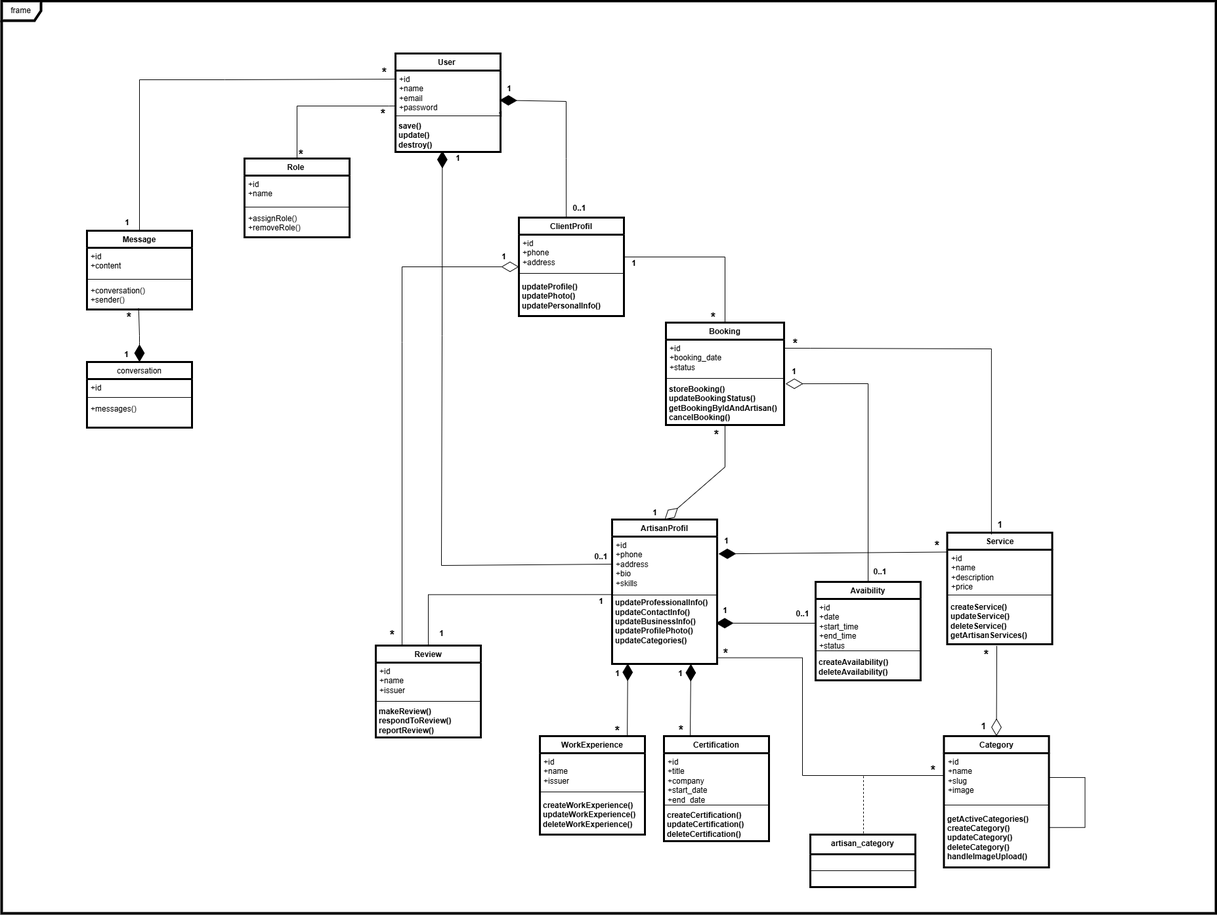
This is Documentation/Conception/Diagrammes UML/diagrammeClass.drawio.png from mohamedm999/TheMyArtisan, a draw.io export, as it was before one commit. Source tidied: cells renumbered, new cells last; positions are measured from the earlier drawing's top-left corner, leaving out a move shared by most shapes.
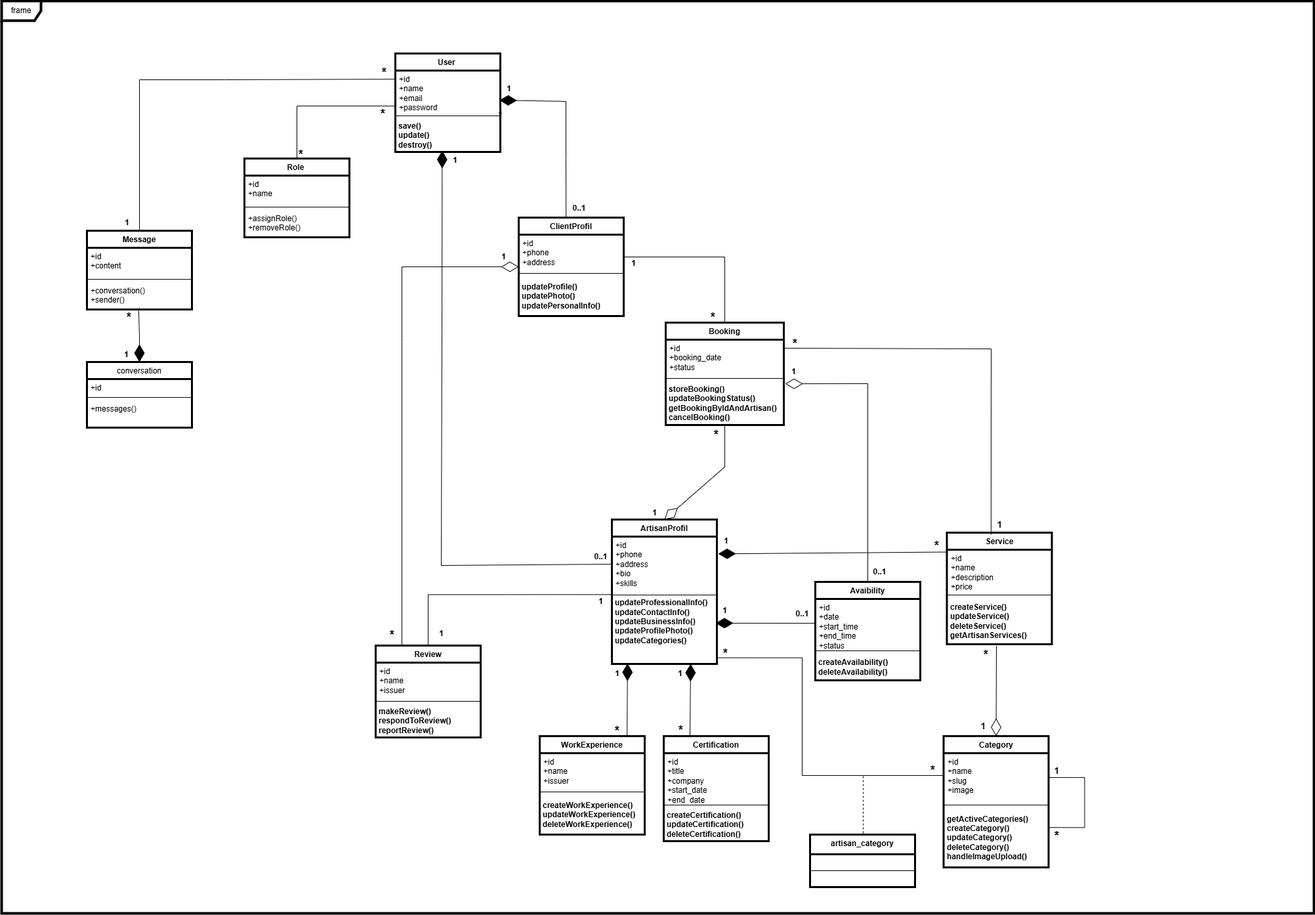
The same diagram one commit later.

Change to the diagram source:
```diff
@@ -3,7 +3,7 @@
     <mxCell id="0" />
     <mxCell id="1" parent="0" />
     <mxCell id="2" value="frame" style="shape=umlFrame;whiteSpace=wrap;html=1;strokeWidth=4;" parent="1" vertex="1">
-      <mxGeometry width="1850" height="1390" as="geometry" />
+      <mxGeometry width="2000" height="1390" as="geometry" />
     </mxCell>
     <mxCell id="3" value="User&amp;nbsp;" style="swimlane;fontStyle=1;align=center;verticalAlign=top;horizontal=1;startSize=26;whiteSpace=wrap;html=1;strokeWidth=3;" parent="1" vertex="1">
       <mxGeometry x="600" y="80" width="160" height="150" as="geometry" />
@@ -392,10 +392,16 @@
       </mxGeometry>
     </mxCell>
     <mxCell id="109" value="1" style="text;align=center;fontStyle=1;verticalAlign=middle;spacingLeft=3;spacingRight=3;strokeColor=none;html=1;" parent="1" vertex="1">
-      <mxGeometry x="670" y="230" width="50" height="20" as="geometry" />
+      <mxGeometry x="666" y="233" width="50" height="20" as="geometry" />
     </mxCell>
     <mxCell id="110" value="0..1" style="text;align=center;fontStyle=1;verticalAlign=middle;spacingLeft=3;spacingRight=3;strokeColor=none;html=1;" parent="1" vertex="1">
       <mxGeometry x="873" y="834" width="80" height="26" as="geometry" />
     </mxCell>
+    <mxCell id="111" value="1" style="text;align=center;fontStyle=1;verticalAlign=middle;spacingLeft=3;spacingRight=3;strokeColor=none;html=1;fontSize=14;" parent="1" vertex="1">
+      <mxGeometry x="1595.5" y="1165.5" width="25" height="15" as="geometry" />
+    </mxCell>
+    <mxCell id="112" value="*" style="text;align=center;fontStyle=1;verticalAlign=middle;spacingLeft=3;spacingRight=3;strokeColor=none;html=1;fontSize=19;" parent="1" vertex="1">
+      <mxGeometry x="1591" y="1260" width="34" height="26" as="geometry" />
+    </mxCell>
   </root>
 </mxGraphModel>
```
